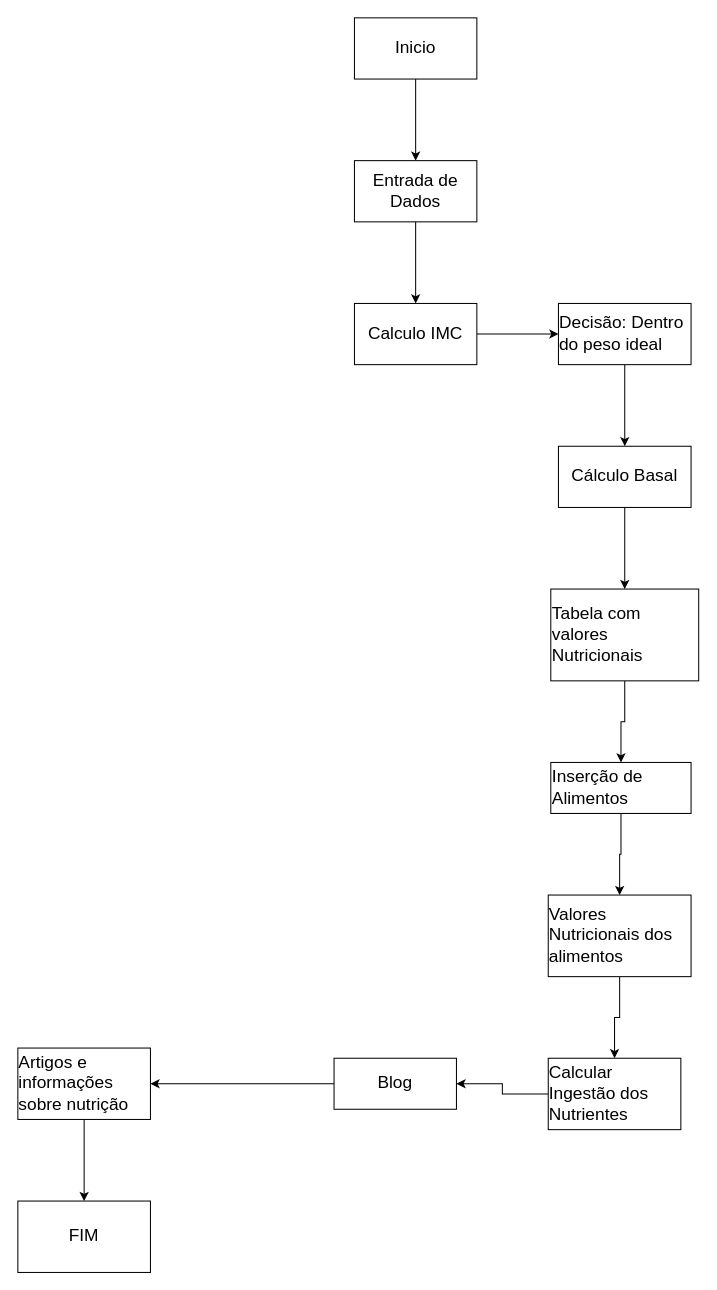
The draw.io diagram src/components/pages/Diagrama sem nome.drawio in joaopedro-wq/VitalityPLus, before the edit. Source tidied: cells renumbered, new cells numbered last; positions are measured from the earlier drawing's top-left corner, leaving out a move shared by most shapes. Both pictures are drawn from the tidied source at 102%, with x=0, y=0 at pixel (17, 17).
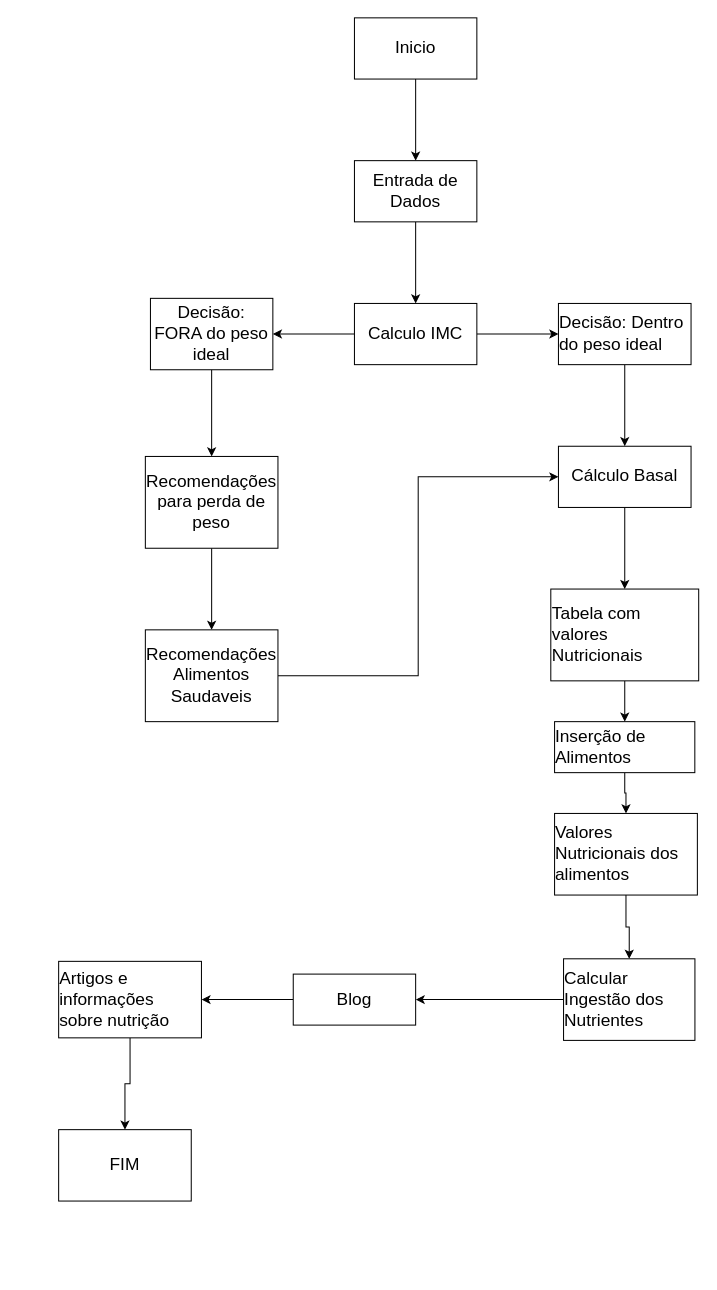
The same page after the edit.

The change refers to these unchanged cells:
```xml
<mxCell id="7" value="&lt;font style=&quot;font-size: 17px;&quot;&gt;Calculo IMC&lt;/font&gt;" style="rounded=0;whiteSpace=wrap;html=1;" parent="1" vertex="1">
  <mxGeometry x="330" y="280" width="120" height="60" as="geometry" />
</mxCell>
<mxCell id="11" value="&lt;div style=&quot;text-align: left;&quot;&gt;&lt;font style=&quot;font-size: 17px;&quot;&gt;Cálculo Basal&lt;/font&gt;&lt;br&gt;&lt;/div&gt;" style="rounded=0;whiteSpace=wrap;html=1;" parent="1" vertex="1">
  <mxGeometry x="530" y="420" width="130" height="60" as="geometry" />
</mxCell>
```

What changed in the source:
```diff
@@
+    <mxCell id="25" style="edgeStyle=orthogonalEdgeStyle;rounded=0;jettySize=auto;html=1;" parent="1" edge="1" source="7" target="27">
+      <mxGeometry relative="1" as="geometry" />
+    </mxCell>
@@
     <mxCell id="15" value="&lt;div style=&quot;text-align: left;&quot;&gt;&lt;font style=&quot;font-size: 17px;&quot;&gt;Inserção de Alimentos&lt;/font&gt;&lt;br&gt;&lt;/div&gt;" style="rounded=0;whiteSpace=wrap;html=1;" parent="1" vertex="1">
-      <mxGeometry x="522.5" y="730" width="137.5" height="50" as="geometry" />
+      <mxGeometry x="526.2" y="690" width="137.5" height="50" as="geometry" />
     </mxCell>
@@
     <mxCell id="17" value="&lt;div style=&quot;text-align: left;&quot;&gt;&lt;font style=&quot;font-size: 17px;&quot;&gt;Valores Nutricionais dos alimentos&lt;/font&gt;&lt;br&gt;&lt;/div&gt;" style="rounded=0;whiteSpace=wrap;html=1;" parent="1" vertex="1">
-      <mxGeometry x="520" y="860" width="140" height="80" as="geometry" />
+      <mxGeometry x="526.2" y="780" width="140" height="80" as="geometry" />
     </mxCell>
@@
     <mxCell id="19" value="&lt;div style=&quot;text-align: left;&quot;&gt;&lt;span style=&quot;font-size: 17px;&quot;&gt;Calcular Ingestão dos Nutrientes&lt;/span&gt;&lt;/div&gt;" style="rounded=0;whiteSpace=wrap;html=1;" parent="1" vertex="1">
-      <mxGeometry x="520" y="1020" width="130" height="70" as="geometry" />
+      <mxGeometry x="535" y="922.5" width="128.8" height="80" as="geometry" />
     </mxCell>
@@
     <mxCell id="21" value="&lt;div style=&quot;text-align: left;&quot;&gt;&lt;span style=&quot;font-size: 17px;&quot;&gt;Blog&lt;/span&gt;&lt;/div&gt;" style="rounded=0;whiteSpace=wrap;html=1;" parent="1" vertex="1">
-      <mxGeometry x="310" y="1020" width="120" height="50" as="geometry" />
+      <mxGeometry x="270" y="937.5" width="120" height="50" as="geometry" />
     </mxCell>
@@
     <mxCell id="23" value="&lt;div style=&quot;text-align: left;&quot;&gt;&lt;span style=&quot;font-size: 17px;&quot;&gt;Artigos e informações sobre nutrição&lt;/span&gt;&lt;/div&gt;" style="rounded=0;whiteSpace=wrap;html=1;" parent="1" vertex="1">
-      <mxGeometry y="1010" width="130" height="70" as="geometry" />
+      <mxGeometry x="40" y="925" width="140" height="75" as="geometry" />
     </mxCell>
     <mxCell id="24" value="&lt;div style=&quot;text-align: left;&quot;&gt;&lt;span style=&quot;font-size: 17px;&quot;&gt;FIM&lt;/span&gt;&lt;/div&gt;" style="rounded=0;whiteSpace=wrap;html=1;" parent="1" vertex="1">
-      <mxGeometry y="1160" width="130" height="70" as="geometry" />
+      <mxGeometry x="40" y="1090" width="130" height="70" as="geometry" />
     </mxCell>
+    <mxCell id="26" style="edgeStyle=orthogonalEdgeStyle;rounded=0;jettySize=auto;html=1;" parent="1" edge="1" source="27" target="29">
+      <mxGeometry relative="1" as="geometry" />
+    </mxCell>
+    <mxCell id="27" value="&lt;font style=&quot;font-size: 17px;&quot;&gt;Decisão: FORA do peso ideal&lt;/font&gt;" style="rounded=0;whiteSpace=wrap;html=1;" parent="1" vertex="1">
+      <mxGeometry x="130" y="275" width="120" height="70" as="geometry" />
+    </mxCell>
+    <mxCell id="28" style="edgeStyle=orthogonalEdgeStyle;rounded=0;jettySize=auto;html=1;" parent="1" edge="1" source="29" target="31">
+      <mxGeometry relative="1" as="geometry" />
+    </mxCell>
+    <mxCell id="29" value="&lt;font style=&quot;font-size: 17px;&quot;&gt;Recomendações para perda de peso&lt;/font&gt;" style="whiteSpace=wrap;html=1;rounded=0;" parent="1" vertex="1">
+      <mxGeometry x="125" y="430" width="130" height="90" as="geometry" />
+    </mxCell>
+    <mxCell id="30" style="edgeStyle=orthogonalEdgeStyle;rounded=0;jettySize=auto;html=1;entryX=0;entryY=0.5;entryDx=0;entryDy=0;exitX=1;exitY=0.5;exitDx=0;exitDy=0;" parent="1" edge="1" source="31" target="11">
+      <mxGeometry relative="1" as="geometry" />
+    </mxCell>
+    <mxCell id="31" value="&lt;font style=&quot;font-size: 17px;&quot;&gt;Recomendações Alimentos Saudaveis&lt;/font&gt;" style="whiteSpace=wrap;html=1;rounded=0;" parent="1" vertex="1">
+      <mxGeometry x="125" y="600" width="130" height="90" as="geometry" />
+    </mxCell>
```
